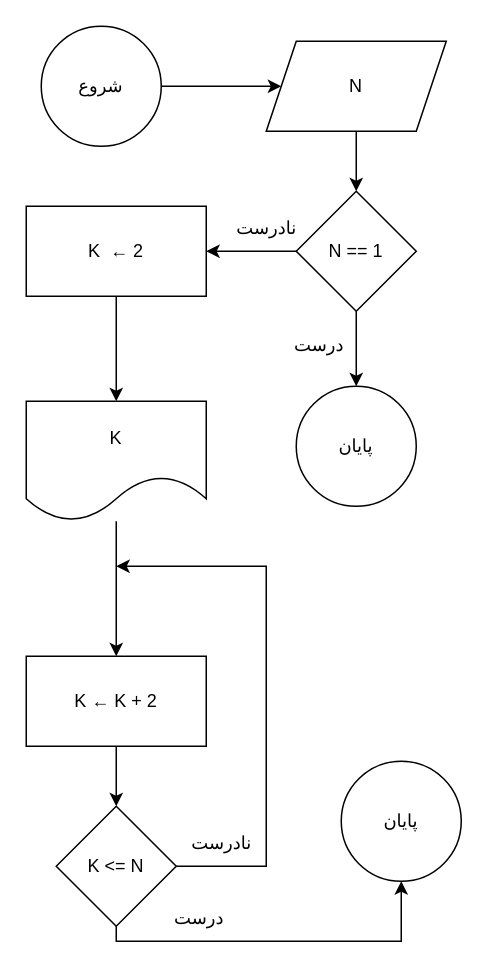
Earlier version of the draw.io diagram example-2.drawio (Knightsepehr/flowchartz). Source tidied: cells renumbered, new cells numbered last; positions are measured from the earlier drawing's top-left corner, leaving out a move shared by most shapes. Both pictures are drawn from the tidied source at 150%, with x=0, y=0 at pixel (26, 26).
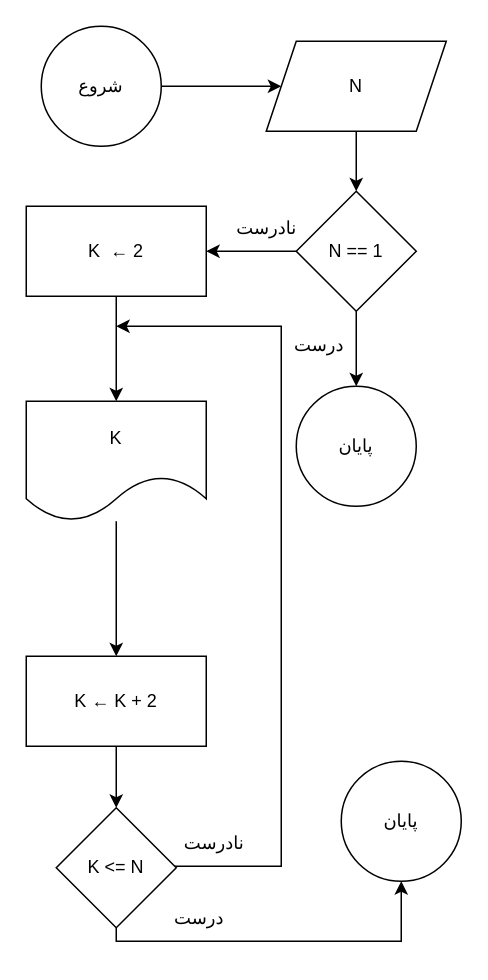
The same diagram, later.

The edit, as a diff of the source:
```diff
@@
-    <mxCell id="17" style="edgeStyle=orthogonalEdgeStyle;rounded=0;jettySize=auto;html=1;" parent="1" edge="1" source="18">
-      <mxGeometry relative="1" as="geometry">
-        <mxPoint x="60" y="360" as="targetPoint" />
-        <Array as="points">
-          <mxPoint x="160" y="560" />
-          <mxPoint x="160" y="360" />
-        </Array>
-      </mxGeometry>
-    </mxCell>
+    <mxCell id="24" style="edgeStyle=orthogonalEdgeStyle;rounded=0;jettySize=auto;html=1;" parent="1" edge="1" source="18">
+      <mxGeometry relative="1" as="geometry">
+        <mxPoint x="60" y="200" as="targetPoint" />
+        <Array as="points">
+          <mxPoint x="170" y="560" />
+          <mxPoint x="170" y="200" />
+        </Array>
+      </mxGeometry>
+    </mxCell>
     <mxCell id="18" value="K &amp;lt;= N" style="rhombus;whiteSpace=wrap;html=1;" parent="1" vertex="1">
-      <mxGeometry x="20" y="520" width="80" height="80" as="geometry" />
+      <mxGeometry x="20" y="521" width="80" height="80" as="geometry" />
     </mxCell>
@@
     <mxCell id="23" value="نادرست" style="text;html=1;align=center;verticalAlign=middle;strokeColor=none;fillColor=none;" parent="1" vertex="1">
-      <mxGeometry x="105" y="530" width="50" height="30" as="geometry" />
+      <mxGeometry x="100" y="530" width="50" height="30" as="geometry" />
     </mxCell>
```
